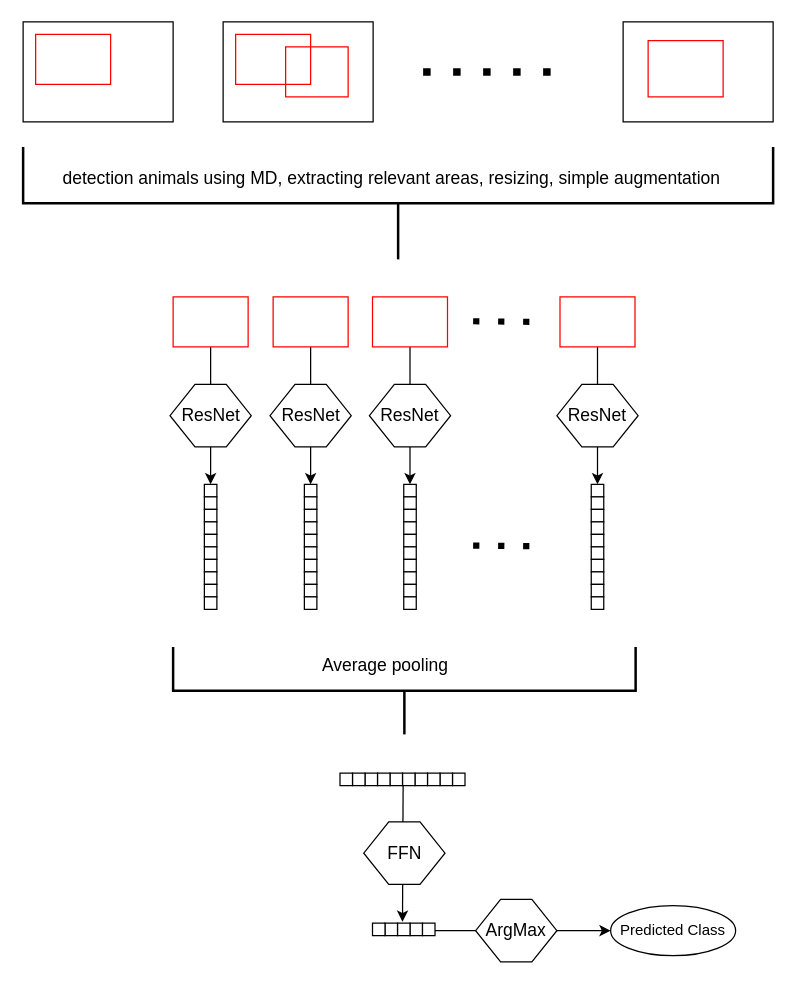
The draw.io diagram drawio/model_01.drawio in juliankraft/BachelorThesis, before the edit. Source tidied: cells renumbered, new cells numbered last; positions are measured from the earlier drawing's top-left corner, leaving out a move shared by most shapes. Both pictures are drawn from the tidied source at 125%, with x=0, y=0 at pixel (22, 21).
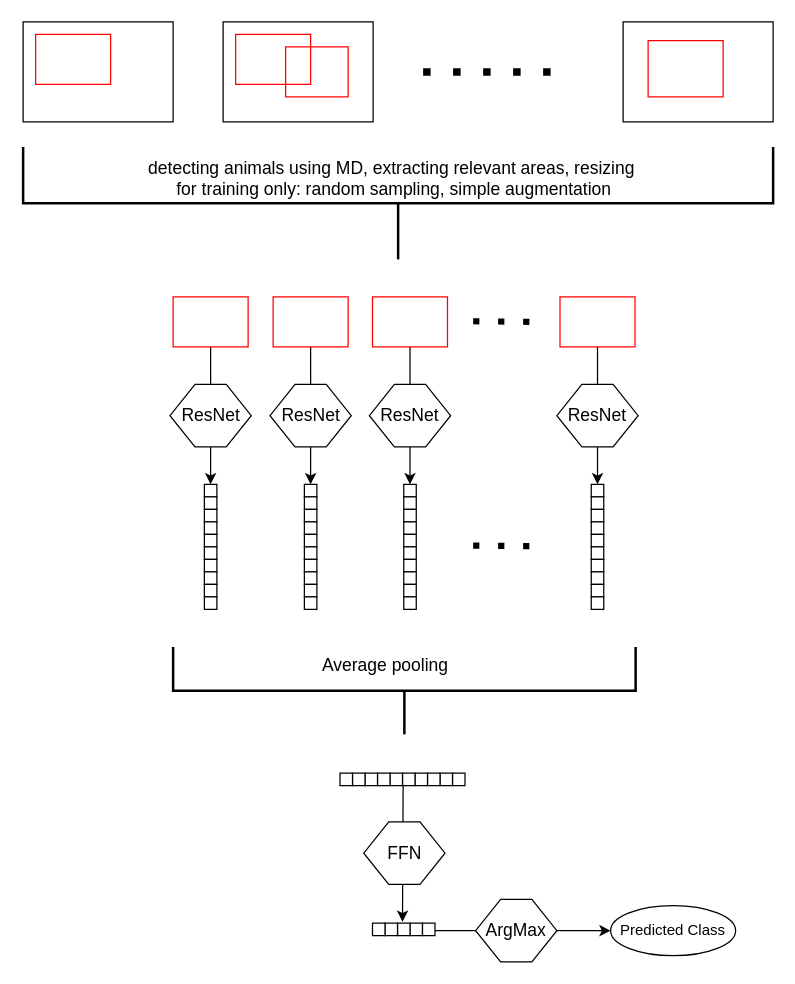
Above is the later version.

Commit message (it also covers changes not shown here):
update proposed workflow document and model diagram for clarity and accuracy

Diff of the diagram source:
```diff
@@
-    <mxCell id="81" value="detection animals using MD, extracting relevant areas, resizing, simple augmentation" style="text;html=1;align=center;verticalAlign=middle;whiteSpace=wrap;rounded=0;fontSize=14;" parent="1" vertex="1">
+    <mxCell id="81" value="detecting animals using MD, extracting relevant areas, resizing&lt;div&gt;&amp;nbsp;for training only: random sampling, simple augmentation&lt;/div&gt;" style="text;html=1;align=center;verticalAlign=middle;whiteSpace=wrap;rounded=0;fontSize=14;" parent="1" vertex="1">
       <mxGeometry x="20" y="110" width="550" height="30" as="geometry" />
     </mxCell>
```
